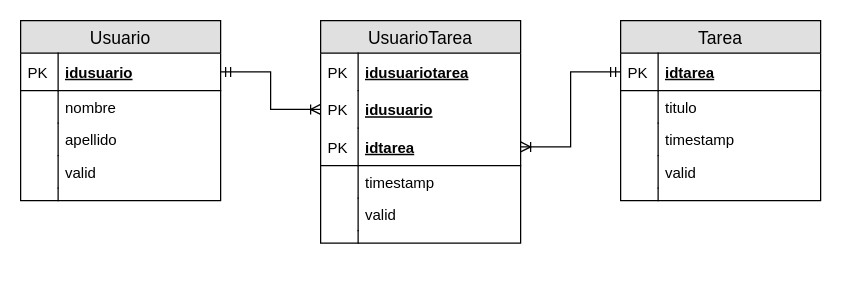
hernanBeiza/PropelORM keeps this draw.io diagram as docs/ER.drawio. Above is the earlier version. Source tidied: cells renumbered, new cells numbered last; positions are measured from the earlier drawing's top-left corner, leaving out a move shared by most shapes. Both pictures are drawn from the tidied source at 125%, with x=0, y=0 at pixel (20, 20).
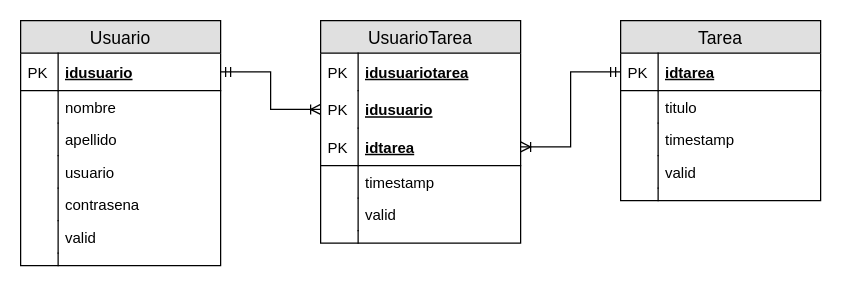
Above is the later version.

Change to the diagram source:
```diff
@@
     <mxCell id="2" value="Usuario" style="swimlane;fontStyle=0;horizontal=1;startSize=26;fillColor=#e0e0e0;swimlaneFillColor=#ffffff;align=center;fontSize=14;" parent="1" vertex="1">
-      <mxGeometry width="160" height="144" as="geometry" />
+      <mxGeometry width="160" height="196" as="geometry" />
     </mxCell>
@@
+    <mxCell id="39" value="apellido" style="shape=partialRectangle;top=0;left=0;right=0;bottom=0;align=left;verticalAlign=top;fillColor=none;spacingLeft=34;spacingRight=4;overflow=hidden;fontSize=12;" parent="2" vertex="1">
+      <mxGeometry y="82" width="160" height="26" as="geometry" />
+    </mxCell>
+    <mxCell id="40" style="shape=partialRectangle;top=0;left=0;bottom=0;fillColor=none;align=left;verticalAlign=top;spacingLeft=4;spacingRight=4;overflow=hidden;fontSize=12;" parent="39" vertex="1">
+      <mxGeometry width="30" height="26" as="geometry" />
+    </mxCell>
-    <mxCell id="7" value="apellido" style="shape=partialRectangle;top=0;left=0;right=0;bottom=0;align=left;verticalAlign=top;fillColor=none;spacingLeft=34;spacingRight=4;overflow=hidden;fontSize=12;" parent="2" vertex="1">
-      <mxGeometry y="82" width="160" height="26" as="geometry" />
+    <mxCell id="7" value="usuario" style="shape=partialRectangle;top=0;left=0;right=0;bottom=0;align=left;verticalAlign=top;fillColor=none;spacingLeft=34;spacingRight=4;overflow=hidden;fontSize=12;" parent="2" vertex="1">
+      <mxGeometry y="108" width="160" height="26" as="geometry" />
     </mxCell>
@@
+    <mxCell id="41" value="contrasena" style="shape=partialRectangle;top=0;left=0;right=0;bottom=0;align=left;verticalAlign=top;fillColor=none;spacingLeft=34;spacingRight=4;overflow=hidden;fontSize=12;" parent="2" vertex="1">
+      <mxGeometry y="134" width="160" height="26" as="geometry" />
+    </mxCell>
+    <mxCell id="42" style="shape=partialRectangle;top=0;left=0;bottom=0;fillColor=none;align=left;verticalAlign=top;spacingLeft=4;spacingRight=4;overflow=hidden;fontSize=12;" parent="41" vertex="1">
+      <mxGeometry width="30" height="26" as="geometry" />
+    </mxCell>
     <mxCell id="9" value="valid" style="shape=partialRectangle;top=0;left=0;right=0;bottom=0;align=left;verticalAlign=top;fillColor=none;spacingLeft=34;spacingRight=4;overflow=hidden;fontSize=12;" parent="2" vertex="1">
-      <mxGeometry y="108" width="160" height="26" as="geometry" />
+      <mxGeometry y="160" width="160" height="26" as="geometry" />
     </mxCell>
@@
     <mxCell id="11" style="shape=partialRectangle;top=0;left=0;right=0;bottom=0;align=left;verticalAlign=top;fillColor=none;spacingLeft=34;spacingRight=4;overflow=hidden;fontSize=12;" parent="2" vertex="1">
-      <mxGeometry y="134" width="160" height="10" as="geometry" />
+      <mxGeometry y="186" width="160" height="10" as="geometry" />
     </mxCell>
```
